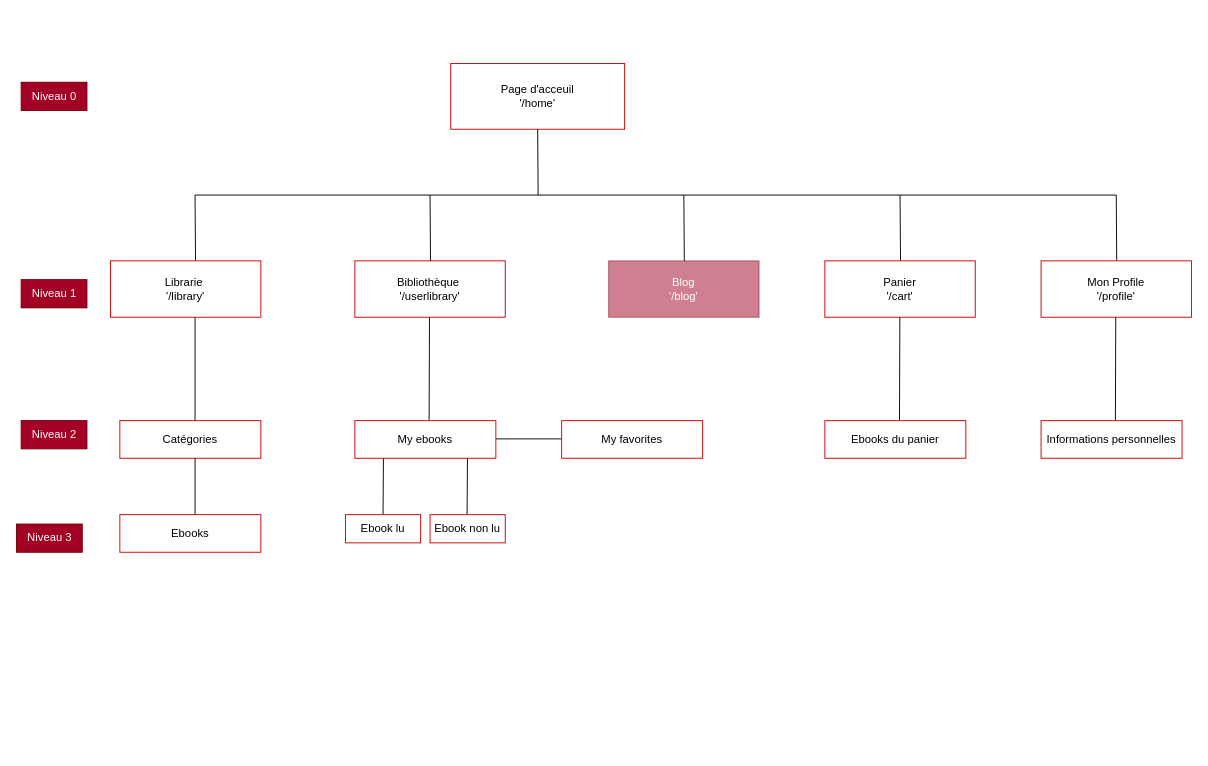
Earlier version of the draw.io diagram Conception/Les diagrammes/Arbo.drawio (JulietteMylle/ebooky). Source tidied: cells renumbered, new cells numbered last; positions are measured from the earlier drawing's top-left corner, leaving out a move shared by most shapes. Both pictures are drawn from the tidied source at 94%, with x=0, y=0 at pixel (16, 63).
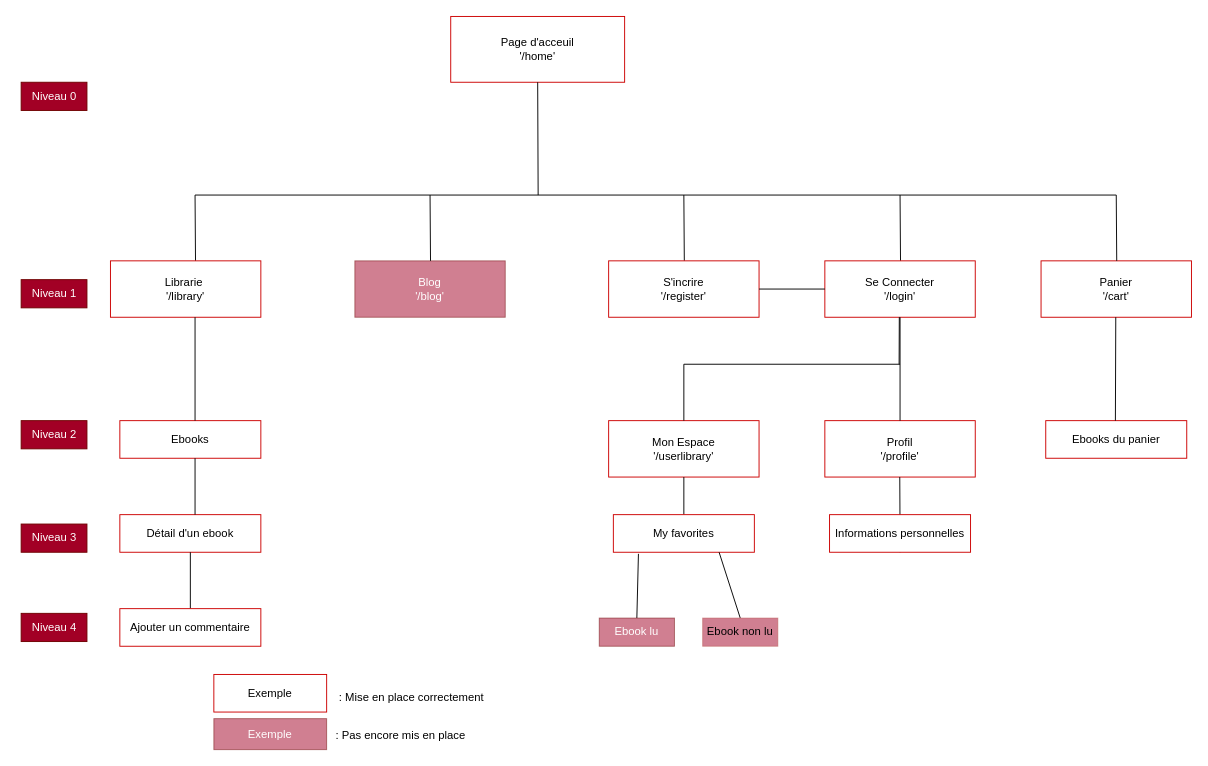
The same diagram, later.

Commit message (it also covers changes not shown here):
Juste l'Arbo mis à jour

Change to the diagram source:
```diff
@@
     <mxCell id="2" value="Page d'acceuil&lt;br&gt;'/home'" style="whiteSpace=wrap;html=1;align=center;strokeColor=#CC0000;" parent="1" vertex="1">
-      <mxGeometry x="462" width="185" height="70" as="geometry" />
+      <mxGeometry x="462" y="-50" width="185" height="70" as="geometry" />
     </mxCell>
@@
-    <mxCell id="8" value="Bibliothèque&amp;nbsp;&lt;br&gt;'/userlibrary'" style="whiteSpace=wrap;html=1;align=center;strokeColor=#CC0000;" parent="1" vertex="1">
-      <mxGeometry x="360" y="210" width="160" height="60" as="geometry" />
+    <mxCell id="8" value="Mon Espace&lt;br&gt;'/userlibrary'" style="whiteSpace=wrap;html=1;align=center;strokeColor=#CC0000;" parent="1" vertex="1">
+      <mxGeometry x="630" y="380" width="160" height="60" as="geometry" />
     </mxCell>
     <mxCell id="9" value="Panier&lt;br&gt;'/cart'" style="whiteSpace=wrap;html=1;align=center;strokeColor=#CC0000;" parent="1" vertex="1">
-      <mxGeometry x="860" y="210" width="160" height="60" as="geometry" />
+      <mxGeometry x="1090" y="210" width="160" height="60" as="geometry" />
     </mxCell>
     <mxCell id="10" value="Blog&lt;br&gt;'/blog'" style="whiteSpace=wrap;html=1;align=center;fillColor=#a20025;fontColor=#ffffff;strokeColor=#6F0000;opacity=50;" parent="1" vertex="1">
-      <mxGeometry x="630" y="210" width="160" height="60" as="geometry" />
+      <mxGeometry x="360" y="210" width="160" height="60" as="geometry" />
     </mxCell>
@@
-    <mxCell id="13" style="endArrow=none;html=1;entryX=0.5;entryY=1;entryDx=0;entryDy=0;" parent="1" edge="1">
-      <mxGeometry relative="1" as="geometry">
-        <mxPoint x="439" y="380" as="sourcePoint" />
-        <mxPoint x="439.4" y="270" as="targetPoint" />
-      </mxGeometry>
+    <mxCell id="13" style="endArrow=none;html=1;exitX=0.5;exitY=0;exitDx=0;exitDy=0;" parent="1" edge="1" source="15" target="8">
+      <mxGeometry relative="1" as="geometry" />
     </mxCell>
-    <mxCell id="14" style="endArrow=none;html=1;" parent="1" edge="1">
-      <mxGeometry relative="1" as="geometry">
-        <mxPoint x="510" y="399.4" as="sourcePoint" />
-        <mxPoint x="580" y="399.4" as="targetPoint" />
-      </mxGeometry>
-    </mxCell>
-    <mxCell id="15" value="My ebooks" style="whiteSpace=wrap;html=1;align=center;strokeColor=#CC0000;" parent="1" vertex="1">
-      <mxGeometry x="360" y="380" width="150" height="40" as="geometry" />
+    <mxCell id="15" value="My favorites" style="whiteSpace=wrap;html=1;align=center;strokeColor=#CC0000;" parent="1" vertex="1">
+      <mxGeometry x="635" y="480" width="150" height="40" as="geometry" />
     </mxCell>
-    <mxCell id="16" value="My favorites" style="whiteSpace=wrap;html=1;align=center;strokeColor=#CC0000;" parent="1" vertex="1">
-      <mxGeometry x="580" y="380" width="150" height="40" as="geometry" />
-    </mxCell>
-    <mxCell id="17" style="endArrow=none;html=1;entryX=0.5;entryY=1;entryDx=0;entryDy=0;" parent="1" edge="1">
-      <mxGeometry relative="1" as="geometry">
-        <mxPoint x="390" y="480" as="sourcePoint" />
-        <mxPoint x="390.4" y="420" as="targetPoint" />
-      </mxGeometry>
+    <mxCell id="17" style="endArrow=none;html=1;entryX=0.178;entryY=1.042;entryDx=0;entryDy=0;entryPerimeter=0;exitX=0.5;exitY=0;exitDx=0;exitDy=0;" parent="1" edge="1" source="18" target="15">
+      <mxGeometry relative="1" as="geometry" />
     </mxCell>
-    <mxCell id="18" value="Ebook lu" style="whiteSpace=wrap;html=1;align=center;strokeColor=#CC0000;" parent="1" vertex="1">
-      <mxGeometry x="350" y="480" width="80" height="30" as="geometry" />
+    <mxCell id="18" value="Ebook lu" style="whiteSpace=wrap;html=1;align=center;strokeColor=#6F0000;fillColor=#a20025;fontColor=#ffffff;opacity=50;" parent="1" vertex="1">
+      <mxGeometry x="620" y="590" width="80" height="30" as="geometry" />
     </mxCell>
-    <mxCell id="19" style="endArrow=none;html=1;entryX=0.5;entryY=1;entryDx=0;entryDy=0;" parent="1" edge="1">
-      <mxGeometry relative="1" as="geometry">
-        <mxPoint x="479.4" y="480" as="sourcePoint" />
-        <mxPoint x="479.8" y="420" as="targetPoint" />
-      </mxGeometry>
+    <mxCell id="19" style="endArrow=none;html=1;exitX=0.5;exitY=0;exitDx=0;exitDy=0;entryX=0.75;entryY=1;entryDx=0;entryDy=0;" parent="1" edge="1" source="20" target="15">
+      <mxGeometry relative="1" as="geometry" />
     </mxCell>
-    <mxCell id="20" value="Ebook non lu" style="whiteSpace=wrap;html=1;align=center;strokeColor=#CC0000;" parent="1" vertex="1">
-      <mxGeometry x="440" y="480" width="80" height="30" as="geometry" />
+    <mxCell id="20" value="Ebook non lu" style="whiteSpace=wrap;html=1;align=center;strokeColor=#b85450;fillColor=#A20025;gradientColor=none;opacity=50;" parent="1" vertex="1">
+      <mxGeometry x="730" y="590" width="80" height="30" as="geometry" />
     </mxCell>
-    <mxCell id="21" value="Catégories" style="whiteSpace=wrap;html=1;align=center;strokeColor=#CC0000;" parent="1" vertex="1">
+    <mxCell id="21" value="Ebooks" style="whiteSpace=wrap;html=1;align=center;strokeColor=#CC0000;" parent="1" vertex="1">
       <mxGeometry x="110" y="380" width="150" height="40" as="geometry" />
     </mxCell>
@@
-    <mxCell id="23" style="endArrow=none;html=1;entryX=0.5;entryY=1;entryDx=0;entryDy=0;" parent="1" edge="1">
+    <mxCell id="23" style="endArrow=none;html=1;" parent="1" edge="1">
       <mxGeometry relative="1" as="geometry">
-        <mxPoint x="939.4" y="380" as="sourcePoint" />
-        <mxPoint x="939.8" y="270" as="targetPoint" />
+        <mxPoint x="710" y="320" as="sourcePoint" />
+        <mxPoint x="940" y="320" as="targetPoint" />
       </mxGeometry>
     </mxCell>
     <mxCell id="24" value="Ebooks du panier" style="whiteSpace=wrap;html=1;align=center;strokeColor=#CC0000;" parent="1" vertex="1">
-      <mxGeometry x="860" y="380" width="150" height="40" as="geometry" />
+      <mxGeometry x="1095" y="380" width="150" height="40" as="geometry" />
     </mxCell>
@@
     <mxCell id="27" value="Niveau 3" style="text;html=1;align=center;verticalAlign=middle;strokeColor=#6F0000;fillColor=#a20025;fontColor=#ffffff;" parent="1" vertex="1">
-      <mxGeometry y="490" width="70" height="30" as="geometry" />
+      <mxGeometry x="5" y="490" width="70" height="30" as="geometry" />
     </mxCell>
@@
-    <mxCell id="29" value="Ebooks" style="whiteSpace=wrap;html=1;align=center;strokeColor=#CC0000;" parent="1" vertex="1">
+    <mxCell id="29" value="Détail d'un ebook" style="whiteSpace=wrap;html=1;align=center;strokeColor=#CC0000;" parent="1" vertex="1">
       <mxGeometry x="110" y="480" width="150" height="40" as="geometry" />
     </mxCell>
@@
-    <mxCell id="32" value="Mon Profile&lt;br&gt;'/profile'" style="whiteSpace=wrap;html=1;align=center;strokeColor=#CC0000;" parent="1" vertex="1">
-      <mxGeometry x="1090" y="210" width="160" height="60" as="geometry" />
+    <mxCell id="32" value="Se Connecter&lt;br&gt;'/login'" style="whiteSpace=wrap;html=1;align=center;strokeColor=#CC0000;" parent="1" vertex="1">
+      <mxGeometry x="860" y="210" width="160" height="60" as="geometry" />
     </mxCell>
@@
+    <mxCell id="35" value="S'incrire&lt;br&gt;'/register'" style="whiteSpace=wrap;html=1;align=center;strokeColor=#CC0000;" parent="1" vertex="1">
+      <mxGeometry x="630" y="210" width="160" height="60" as="geometry" />
+    </mxCell>
+    <mxCell id="36" value="Profil&lt;br&gt;'/profile'" style="whiteSpace=wrap;html=1;align=center;strokeColor=#CC0000;" parent="1" vertex="1">
+      <mxGeometry x="860" y="380" width="160" height="60" as="geometry" />
+    </mxCell>
+    <mxCell id="37" style="endArrow=none;html=1;entryX=0.5;entryY=1;entryDx=0;entryDy=0;startArrow=none;" parent="1" edge="1" source="34">
+      <mxGeometry relative="1" as="geometry">
+        <mxPoint x="939.7" y="440" as="targetPoint" />
+      </mxGeometry>
+    </mxCell>
+    <mxCell id="38" style="endArrow=none;html=1;entryX=0.5;entryY=1;entryDx=0;entryDy=0;" parent="1" edge="1" target="34">
+      <mxGeometry relative="1" as="geometry">
+        <mxPoint x="940" y="480" as="sourcePoint" />
+      </mxGeometry>
+    </mxCell>
     <mxCell id="34" value="Informations personnelles" style="whiteSpace=wrap;html=1;align=center;strokeColor=#CC0000;" parent="1" vertex="1">
-      <mxGeometry x="1090" y="380" width="150" height="40" as="geometry" />
+      <mxGeometry x="865" y="480" width="150" height="40" as="geometry" />
     </mxCell>
+    <mxCell id="39" style="endArrow=none;html=1;entryX=0;entryY=0.5;entryDx=0;entryDy=0;exitX=1;exitY=0.5;exitDx=0;exitDy=0;" parent="1" edge="1" source="35" target="32">
+      <mxGeometry relative="1" as="geometry" />
+    </mxCell>
+    <mxCell id="40" style="endArrow=none;html=1;entryX=0.5;entryY=1;entryDx=0;entryDy=0;exitX=0.5;exitY=0;exitDx=0;exitDy=0;" parent="1" edge="1" source="41" target="29">
+      <mxGeometry relative="1" as="geometry" />
+    </mxCell>
+    <mxCell id="41" value="Ajouter un commentaire" style="whiteSpace=wrap;html=1;align=center;strokeColor=#CC0000;" parent="1" vertex="1">
+      <mxGeometry x="110" y="580" width="150" height="40" as="geometry" />
+    </mxCell>
+    <mxCell id="42" value="Niveau 4" style="text;html=1;align=center;verticalAlign=middle;strokeColor=#6F0000;fillColor=#a20025;fontColor=#ffffff;" parent="1" vertex="1">
+      <mxGeometry x="5" y="585" width="70" height="30" as="geometry" />
+    </mxCell>
+    <mxCell id="43" style="endArrow=none;html=1;entryX=0.5;entryY=1;entryDx=0;entryDy=0;startArrow=none;" parent="1" edge="1">
+      <mxGeometry relative="1" as="geometry">
+        <mxPoint x="939" y="320" as="sourcePoint" />
+        <mxPoint x="939.2" y="270" as="targetPoint" />
+      </mxGeometry>
+    </mxCell>
+    <mxCell id="44" style="endArrow=none;html=1;exitX=0.5;exitY=0;exitDx=0;exitDy=0;" parent="1" edge="1" source="8">
+      <mxGeometry relative="1" as="geometry">
+        <mxPoint x="710" y="320" as="targetPoint" />
+      </mxGeometry>
+    </mxCell>
+    <mxCell id="45" style="endArrow=none;html=1;exitX=0.5;exitY=0;exitDx=0;exitDy=0;entryX=0.5;entryY=1;entryDx=0;entryDy=0;" parent="1" edge="1" source="36" target="32">
+      <mxGeometry relative="1" as="geometry" />
+    </mxCell>
+    <mxCell id="46" value="Exemple" style="whiteSpace=wrap;html=1;align=center;fillColor=#a20025;fontColor=#ffffff;strokeColor=#6F0000;opacity=50;" parent="1" vertex="1">
+      <mxGeometry x="210" y="697" width="120" height="33" as="geometry" />
+    </mxCell>
+    <mxCell id="47" value=": Pas encore mis en place&amp;nbsp;" style="text;html=1;align=center;verticalAlign=middle;strokeColor=none;fillColor=none;" parent="1" vertex="1">
+      <mxGeometry x="330" y="700" width="160" height="30" as="geometry" />
+    </mxCell>
+    <mxCell id="48" value="Exemple" style="whiteSpace=wrap;html=1;align=center;strokeColor=#CC0000;" parent="1" vertex="1">
+      <mxGeometry x="210" y="650" width="120" height="40" as="geometry" />
+    </mxCell>
+    <mxCell id="49" value=": Mise en place correctement" style="text;html=1;align=center;verticalAlign=middle;strokeColor=none;fillColor=none;" parent="1" vertex="1">
+      <mxGeometry x="330" y="660" width="180" height="30" as="geometry" />
+    </mxCell>
```
